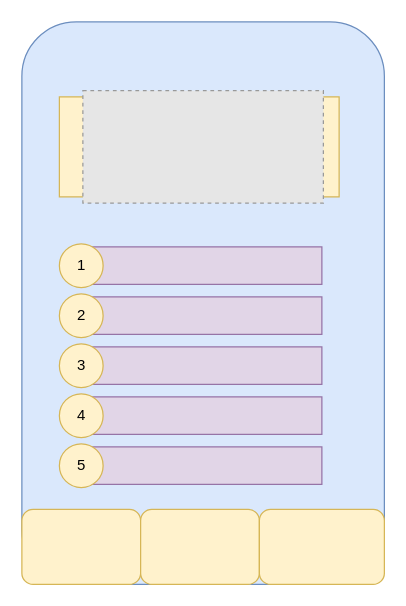
Before: Diagrama sem nome.drawio in arthurmatheusfr/miao, a draw.io diagram. Source tidied: cells renumbered, new cells numbered last; positions are measured from the earlier drawing's top-left corner, leaving out a move shared by most shapes. Both pictures are drawn from the tidied source at 125%, with x=0, y=0 at pixel (21, 21). Pictures stored in the file or linked from it are replaced by grey dashed boxes.
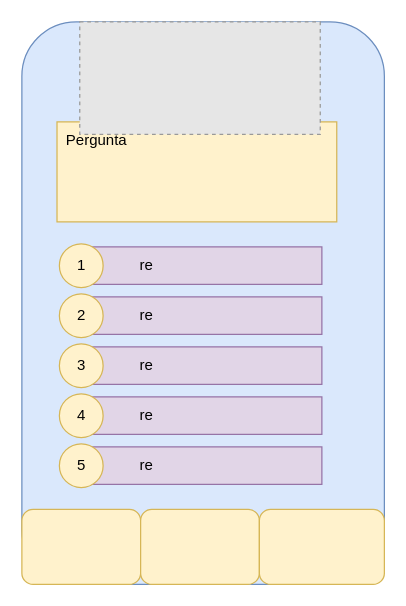
The same page after the edit.

Change to the diagram source:
```diff
@@
     <mxCell id="3" style="rounded=0;whiteSpace=wrap;html=1;fillColor=#fff2cc;strokeColor=#d6b656;" parent="1" vertex="1">
-      <mxGeometry x="30" y="60" width="223.8" height="80" as="geometry" />
+      <mxGeometry x="28.1" y="80" width="223.8" height="80" as="geometry" />
     </mxCell>
@@
     <mxCell id="22" style="fillColor=#E6E6E6;strokeColor=#999999;dashed=1;verticalLabelPosition=bottom;labelBackgroundColor=default;verticalAlign=top;" parent="1" vertex="1">
-      <mxGeometry x="48.8" y="55" width="192.4" height="90" as="geometry" />
+      <mxGeometry x="46.3" width="192.4" height="90" as="geometry" />
     </mxCell>
+    <mxCell id="23" value="re" style="text;html=1;align=center;verticalAlign=middle;whiteSpace=wrap;rounded=0;" parent="1" vertex="1">
+      <mxGeometry x="70" y="180" width="60" height="30" as="geometry" />
+    </mxCell>
+    <mxCell id="24" value="re" style="text;html=1;align=center;verticalAlign=middle;whiteSpace=wrap;rounded=0;" parent="1" vertex="1">
+      <mxGeometry x="70" y="220" width="60" height="30" as="geometry" />
+    </mxCell>
+    <mxCell id="25" value="re" style="text;html=1;align=center;verticalAlign=middle;whiteSpace=wrap;rounded=0;" parent="1" vertex="1">
+      <mxGeometry x="70" y="260" width="60" height="30" as="geometry" />
+    </mxCell>
+    <mxCell id="26" value="re" style="text;html=1;align=center;verticalAlign=middle;whiteSpace=wrap;rounded=0;" parent="1" vertex="1">
+      <mxGeometry x="70" y="300" width="60" height="30" as="geometry" />
+    </mxCell>
+    <mxCell id="27" value="re" style="text;html=1;align=center;verticalAlign=middle;whiteSpace=wrap;rounded=0;" parent="1" vertex="1">
+      <mxGeometry x="70" y="340" width="60" height="30" as="geometry" />
+    </mxCell>
+    <mxCell id="28" value="Pergunta" style="text;html=1;align=center;verticalAlign=middle;whiteSpace=wrap;rounded=0;" parent="1" vertex="1">
+      <mxGeometry x="30" y="80" width="60" height="30" as="geometry" />
+    </mxCell>
```
